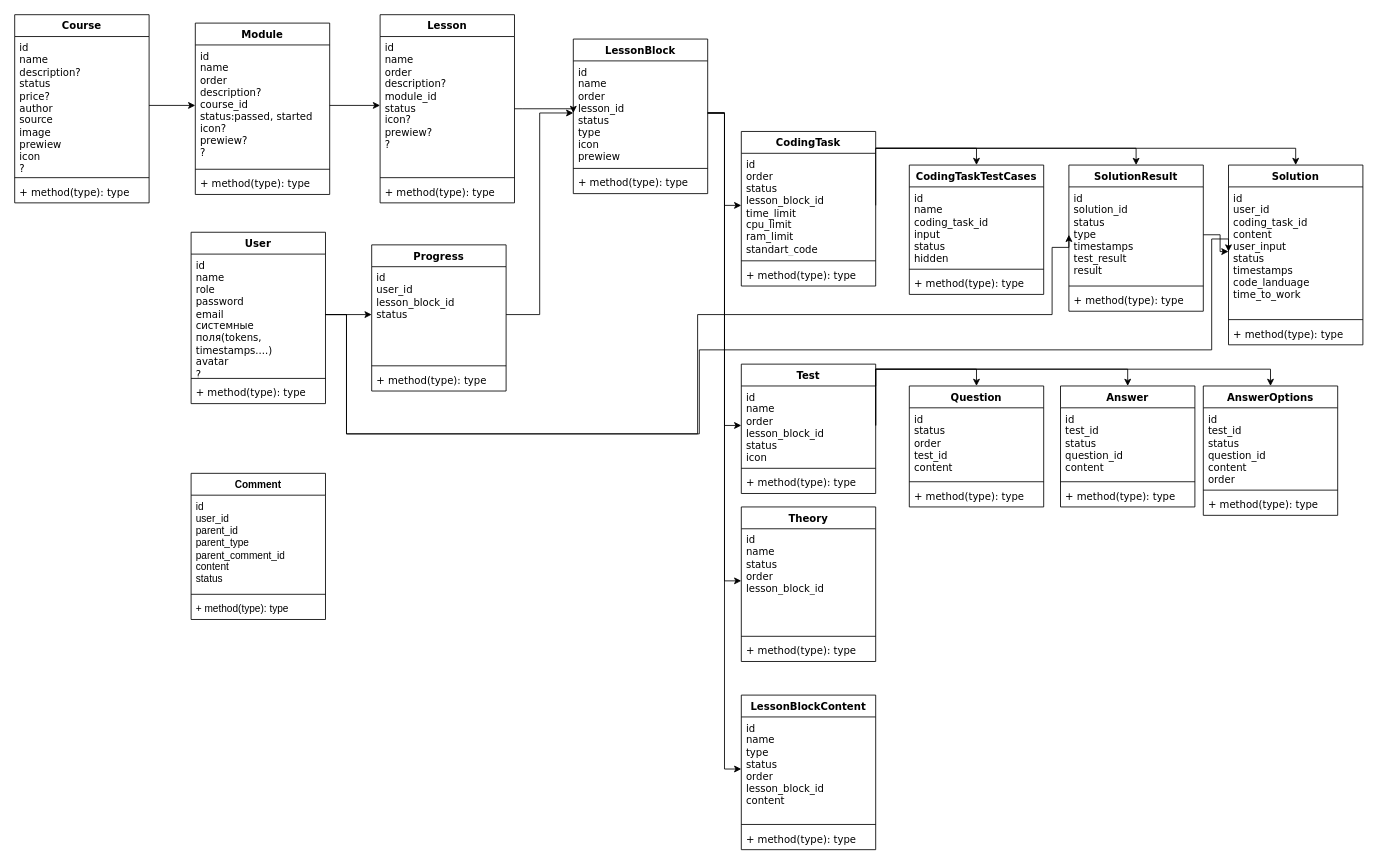
Earlier version of the draw.io diagram diagrams/class.drawio (Saidosik/Diplom). Source tidied: cells renumbered, new cells numbered last; positions are measured from the earlier drawing's top-left corner, leaving out a move shared by most shapes. Both pictures are drawn from the tidied source at 84%, with x=0, y=0 at pixel (14, 14).
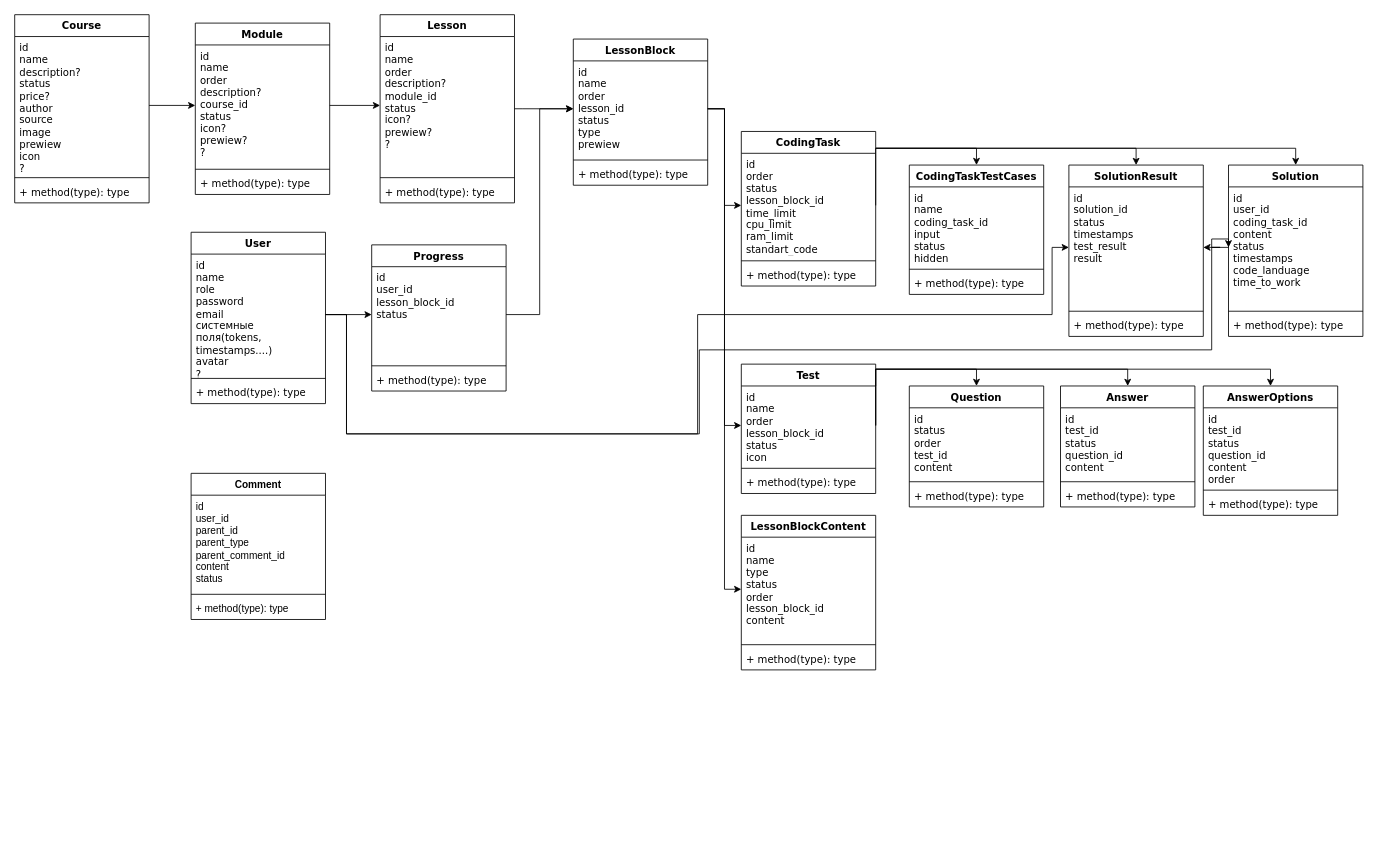
After the change.

The change refers to these unchanged cells:
```xml
<mxCell id="10" value="Module" style="swimlane;fontStyle=1;align=center;verticalAlign=top;horizontal=1;startSize=26;whiteSpace=wrap;html=1;labelBackgroundColor=none;rounded=0;fontFamily=Verdana;" parent="1" vertex="1">
  <mxGeometry x="215" y="10" width="160" height="204" as="geometry" />
</mxCell>
```

The edit, as a diff of the source:
```diff
@@
-    <mxCell id="11" value="id&lt;br&gt;name&lt;br&gt;order&lt;br&gt;description?&lt;br&gt;course_id&lt;br&gt;status:passed, started&lt;div&gt;icon?&lt;br&gt;prewiew?&lt;br&gt;?&lt;/div&gt;" style="text;strokeColor=none;fillColor=none;align=left;verticalAlign=top;spacingLeft=4;spacingRight=4;overflow=hidden;points=[[0,0.5],[1,0.5]];portConstraint=eastwest;whiteSpace=wrap;html=1;labelBackgroundColor=none;rounded=0;fontFamily=Verdana;" parent="10" vertex="1">
+    <mxCell id="11" value="id&lt;br&gt;name&lt;br&gt;order&lt;br&gt;description?&lt;br&gt;course_id&lt;br&gt;status&lt;div&gt;icon?&lt;br&gt;prewiew?&lt;br&gt;?&lt;/div&gt;" style="text;strokeColor=none;fillColor=none;align=left;verticalAlign=top;spacingLeft=4;spacingRight=4;overflow=hidden;points=[[0,0.5],[1,0.5]];portConstraint=eastwest;whiteSpace=wrap;html=1;labelBackgroundColor=none;rounded=0;fontFamily=Verdana;" parent="10" vertex="1">
       <mxGeometry y="26" width="160" height="144" as="geometry" />
     </mxCell>
@@
     <mxCell id="23" value="LessonBlockContent" style="swimlane;fontStyle=1;align=center;verticalAlign=top;horizontal=1;startSize=26;whiteSpace=wrap;html=1;labelBackgroundColor=none;rounded=0;fontFamily=Verdana;" parent="1" vertex="1">
-      <mxGeometry x="865" y="810" width="160" height="184" as="geometry" />
+      <mxGeometry x="865" y="596" width="160" height="184" as="geometry" />
     </mxCell>
-    <mxCell id="24" value="id&lt;br&gt;name&lt;div&gt;type&lt;br&gt;&lt;div&gt;status&lt;br&gt;&lt;div&gt;order&lt;br&gt;lesson_block_id&lt;br&gt;&lt;div&gt;content&lt;br&gt;&lt;/div&gt;&lt;/div&gt;&lt;/div&gt;&lt;/div&gt;" style="text;strokeColor=none;fillColor=none;align=left;verticalAlign=top;spacingLeft=4;spacingRight=4;overflow=hidden;points=[[0,0.5],[1,0.5]];portConstraint=eastwest;whiteSpace=wrap;html=1;labelBackgroundColor=none;rounded=0;fontFamily=Verdana;" parent="23" vertex="1">
+    <mxCell id="24" value="id&lt;br&gt;name&lt;div&gt;type&lt;br&gt;&lt;div&gt;status&lt;br&gt;&lt;div&gt;order&lt;br&gt;lesson_block_id&lt;br&gt;&lt;div&gt;content&lt;/div&gt;&lt;/div&gt;&lt;/div&gt;&lt;/div&gt;" style="text;strokeColor=none;fillColor=none;align=left;verticalAlign=top;spacingLeft=4;spacingRight=4;overflow=hidden;points=[[0,0.5],[1,0.5]];portConstraint=eastwest;whiteSpace=wrap;html=1;labelBackgroundColor=none;rounded=0;fontFamily=Verdana;" parent="23" vertex="1">
       <mxGeometry y="26" width="160" height="124" as="geometry" />
     </mxCell>
@@
     <mxCell id="35" value="Solution" style="swimlane;fontStyle=1;align=center;verticalAlign=top;horizontal=1;startSize=26;whiteSpace=wrap;html=1;labelBackgroundColor=none;rounded=0;fontFamily=Verdana;" parent="1" vertex="1">
-      <mxGeometry x="1445" y="179" width="160" height="214" as="geometry" />
+      <mxGeometry x="1445" y="179" width="160" height="204" as="geometry" />
     </mxCell>
-    <mxCell id="36" value="id&lt;br&gt;user_id&lt;div&gt;coding_task_id&lt;br&gt;content&lt;br&gt;user_input&lt;br&gt;status&lt;br&gt;timestamps&lt;br&gt;code_landuage&lt;br&gt;time_to_work&lt;/div&gt;" style="text;strokeColor=none;fillColor=none;align=left;verticalAlign=top;spacingLeft=4;spacingRight=4;overflow=hidden;points=[[0,0.5],[1,0.5]];portConstraint=eastwest;whiteSpace=wrap;html=1;labelBackgroundColor=none;rounded=0;fontFamily=Verdana;" parent="35" vertex="1">
-      <mxGeometry y="26" width="160" height="154" as="geometry" />
+    <mxCell id="36" value="id&lt;br&gt;user_id&lt;div&gt;coding_task_id&lt;br&gt;content&lt;br&gt;status&lt;br&gt;timestamps&lt;br&gt;code_landuage&lt;br&gt;time_to_work&lt;/div&gt;" style="text;strokeColor=none;fillColor=none;align=left;verticalAlign=top;spacingLeft=4;spacingRight=4;overflow=hidden;points=[[0,0.5],[1,0.5]];portConstraint=eastwest;whiteSpace=wrap;html=1;labelBackgroundColor=none;rounded=0;fontFamily=Verdana;" parent="35" vertex="1">
+      <mxGeometry y="26" width="160" height="144" as="geometry" />
     </mxCell>
     <mxCell id="37" style="line;strokeWidth=1;fillColor=none;align=left;verticalAlign=middle;spacingTop=-1;spacingLeft=3;spacingRight=3;labelPosition=right;labelBackgroundColor=none;rounded=0;fontFamily=Verdana;" parent="35" vertex="1">
-      <mxGeometry y="180" width="160" height="8" as="geometry" />
+      <mxGeometry y="170" width="160" height="8" as="geometry" />
     </mxCell>
     <mxCell id="38" value="+ method(type): type" style="text;strokeColor=none;fillColor=none;align=left;verticalAlign=top;spacingLeft=4;spacingRight=4;overflow=hidden;whiteSpace=wrap;html=1;labelBackgroundColor=none;rounded=0;fontFamily=Verdana;" parent="35" vertex="1">
-      <mxGeometry y="188" width="160" height="26" as="geometry" />
+      <mxGeometry y="178" width="160" height="26" as="geometry" />
     </mxCell>
@@
     <mxCell id="49" value="SolutionResult" style="swimlane;fontStyle=1;align=center;verticalAlign=top;horizontal=1;startSize=26;whiteSpace=wrap;html=1;labelBackgroundColor=none;rounded=0;fontFamily=Verdana;" parent="1" vertex="1">
-      <mxGeometry x="1255" y="179" width="160" height="174" as="geometry" />
+      <mxGeometry x="1255" y="179" width="160" height="204" as="geometry" />
     </mxCell>
-    <mxCell id="50" value="id&lt;br&gt;&lt;div&gt;solution_id&lt;br&gt;status&lt;/div&gt;&lt;div&gt;type&lt;br&gt;timestamps&lt;/div&gt;&lt;div&gt;test_result&lt;br&gt;result&lt;/div&gt;" style="text;strokeColor=none;fillColor=none;align=left;verticalAlign=top;spacingLeft=4;spacingRight=4;overflow=hidden;points=[[0,0.5],[1,0.5]];portConstraint=eastwest;whiteSpace=wrap;html=1;labelBackgroundColor=none;rounded=0;fontFamily=Verdana;" parent="49" vertex="1">
-      <mxGeometry y="26" width="160" height="114" as="geometry" />
+    <mxCell id="50" value="id&lt;br&gt;&lt;div&gt;solution_id&lt;br&gt;status&lt;br&gt;timestamps&lt;/div&gt;&lt;div&gt;test_result&lt;br&gt;result&lt;/div&gt;" style="text;strokeColor=none;fillColor=none;align=left;verticalAlign=top;spacingLeft=4;spacingRight=4;overflow=hidden;points=[[0,0.5],[1,0.5]];portConstraint=eastwest;whiteSpace=wrap;html=1;labelBackgroundColor=none;rounded=0;fontFamily=Verdana;" parent="49" vertex="1">
+      <mxGeometry y="26" width="160" height="144" as="geometry" />
     </mxCell>
     <mxCell id="51" style="line;strokeWidth=1;fillColor=none;align=left;verticalAlign=middle;spacingTop=-1;spacingLeft=3;spacingRight=3;labelPosition=right;labelBackgroundColor=none;rounded=0;fontFamily=Verdana;" parent="49" vertex="1">
-      <mxGeometry y="140" width="160" height="8" as="geometry" />
+      <mxGeometry y="170" width="160" height="8" as="geometry" />
     </mxCell>
     <mxCell id="52" value="+ method(type): type" style="text;strokeColor=none;fillColor=none;align=left;verticalAlign=top;spacingLeft=4;spacingRight=4;overflow=hidden;whiteSpace=wrap;html=1;labelBackgroundColor=none;rounded=0;fontFamily=Verdana;" parent="49" vertex="1">
-      <mxGeometry y="148" width="160" height="26" as="geometry" />
+      <mxGeometry y="178" width="160" height="26" as="geometry" />
     </mxCell>
@@
     <mxCell id="61" value="LessonBlock" style="swimlane;fontStyle=1;align=center;verticalAlign=top;horizontal=1;startSize=26;whiteSpace=wrap;html=1;labelBackgroundColor=none;rounded=0;fontFamily=Verdana;" parent="1" vertex="1">
-      <mxGeometry x="665" y="29" width="160" height="184" as="geometry" />
+      <mxGeometry x="665" y="29" width="160" height="174" as="geometry" />
     </mxCell>
-    <mxCell id="62" value="id&lt;br&gt;name&lt;div&gt;order&lt;br&gt;lesson_id&lt;div&gt;status&lt;/div&gt;&lt;div&gt;type&lt;br&gt;icon&lt;br&gt;prewiew&lt;/div&gt;&lt;/div&gt;" style="text;strokeColor=none;fillColor=none;align=left;verticalAlign=top;spacingLeft=4;spacingRight=4;overflow=hidden;points=[[0,0.5],[1,0.5]];portConstraint=eastwest;whiteSpace=wrap;html=1;labelBackgroundColor=none;rounded=0;fontFamily=Verdana;" parent="61" vertex="1">
-      <mxGeometry y="26" width="160" height="124" as="geometry" />
+    <mxCell id="62" value="id&lt;br&gt;name&lt;div&gt;order&lt;br&gt;lesson_id&lt;div&gt;status&lt;br&gt;type&lt;br&gt;prewiew&lt;/div&gt;&lt;/div&gt;" style="text;strokeColor=none;fillColor=none;align=left;verticalAlign=top;spacingLeft=4;spacingRight=4;overflow=hidden;points=[[0,0.5],[1,0.5]];portConstraint=eastwest;whiteSpace=wrap;html=1;labelBackgroundColor=none;rounded=0;fontFamily=Verdana;" parent="61" vertex="1">
+      <mxGeometry y="26" width="160" height="114" as="geometry" />
     </mxCell>
     <mxCell id="63" style="line;strokeWidth=1;fillColor=none;align=left;verticalAlign=middle;spacingTop=-1;spacingLeft=3;spacingRight=3;labelPosition=right;labelBackgroundColor=none;rounded=0;fontFamily=Verdana;" parent="61" vertex="1">
-      <mxGeometry y="150" width="160" height="8" as="geometry" />
+      <mxGeometry y="140" width="160" height="8" as="geometry" />
     </mxCell>
     <mxCell id="64" value="+ method(type): type" style="text;strokeColor=none;fillColor=none;align=left;verticalAlign=top;spacingLeft=4;spacingRight=4;overflow=hidden;whiteSpace=wrap;html=1;labelBackgroundColor=none;rounded=0;fontFamily=Verdana;" parent="61" vertex="1">
-      <mxGeometry y="158" width="160" height="26" as="geometry" />
+      <mxGeometry y="148" width="160" height="26" as="geometry" />
     </mxCell>
@@
-    <mxCell id="78" style="edgeStyle=orthogonalEdgeStyle;rounded=0;jettySize=auto;html=1;entryX=0;entryY=0.5;entryDx=0;entryDy=0;" parent="1" edge="1" source="50" target="36">
-      <mxGeometry relative="1" as="geometry" />
-    </mxCell>
@@
-    <mxCell id="83" value="Theory" style="swimlane;fontStyle=1;align=center;verticalAlign=top;horizontal=1;startSize=26;whiteSpace=wrap;html=1;labelBackgroundColor=none;rounded=0;fontFamily=Verdana;" parent="1" vertex="1">
-      <mxGeometry x="865" y="586" width="160" height="184" as="geometry" />
-    </mxCell>
-    <mxCell id="84" value="id&lt;br&gt;name&lt;div&gt;&lt;div&gt;status&lt;br&gt;&lt;div&gt;order&lt;br&gt;lesson_block_id&lt;/div&gt;&lt;/div&gt;&lt;/div&gt;" style="text;strokeColor=none;fillColor=none;align=left;verticalAlign=top;spacingLeft=4;spacingRight=4;overflow=hidden;points=[[0,0.5],[1,0.5]];portConstraint=eastwest;whiteSpace=wrap;html=1;labelBackgroundColor=none;rounded=0;fontFamily=Verdana;" parent="83" vertex="1">
-      <mxGeometry y="26" width="160" height="124" as="geometry" />
-    </mxCell>
-    <mxCell id="85" style="line;strokeWidth=1;fillColor=none;align=left;verticalAlign=middle;spacingTop=-1;spacingLeft=3;spacingRight=3;labelPosition=right;labelBackgroundColor=none;rounded=0;fontFamily=Verdana;" parent="83" vertex="1">
-      <mxGeometry y="150" width="160" height="8" as="geometry" />
-    </mxCell>
-    <mxCell id="86" value="+ method(type): type" style="text;strokeColor=none;fillColor=none;align=left;verticalAlign=top;spacingLeft=4;spacingRight=4;overflow=hidden;whiteSpace=wrap;html=1;labelBackgroundColor=none;rounded=0;fontFamily=Verdana;" parent="83" vertex="1">
-      <mxGeometry y="158" width="160" height="26" as="geometry" />
-    </mxCell>
-    <mxCell id="87" style="edgeStyle=orthogonalEdgeStyle;rounded=0;jettySize=auto;html=1;entryX=0;entryY=0.5;entryDx=0;entryDy=0;" parent="1" edge="1" source="62" target="84">
-      <mxGeometry relative="1" as="geometry" />
-    </mxCell>
+    <mxCell id="88" style="edgeStyle=orthogonalEdgeStyle;rounded=0;jettySize=auto;html=1;entryX=1;entryY=0.5;entryDx=0;entryDy=0;" parent="1" edge="1" source="36" target="50">
+      <mxGeometry relative="1" as="geometry" />
+    </mxCell>
```
